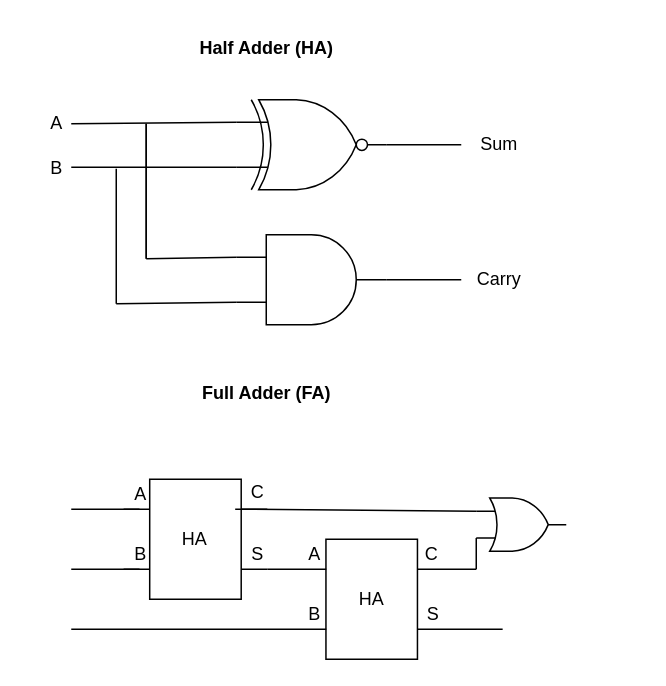
The draw.io diagram components/3-bit-adder.drawio in rajivaPavan/Nanoprocessor-Design-Project, before the edit. Source tidied: cells renumbered, new cells numbered last; positions are measured from the earlier drawing's top-left corner, leaving out a move shared by most shapes. Both pictures are drawn from the tidied source at 150%, with x=0, y=0 at pixel (33, 26).
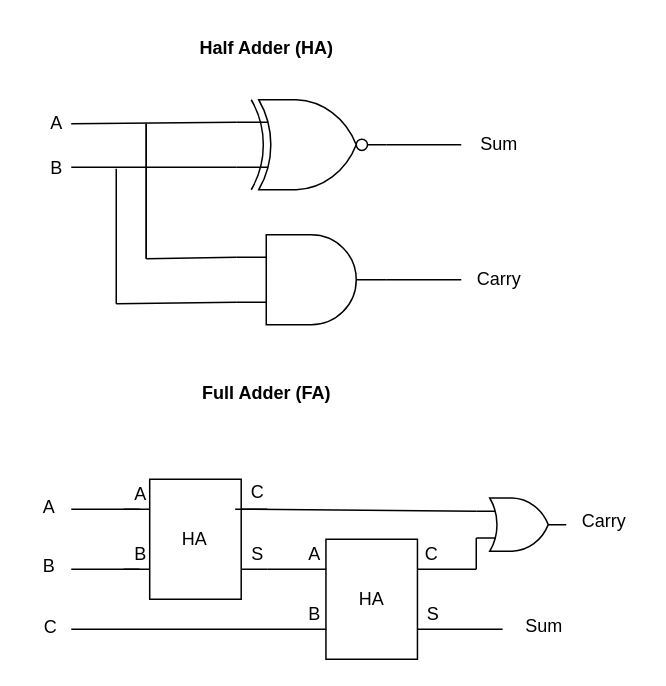
The same page after the edit.

What changed in the source:
```diff
@@
     <mxCell id="20" style="group;" parent="1" vertex="1">
-      <mxGeometry x="25" y="297" width="330" height="125" as="geometry" />
+      <mxGeometry x="25" y="297" width="340" height="125" as="geometry" />
     </mxCell>
@@
     <mxCell id="31" style="group;" parent="20" vertex="1">
-      <mxGeometry x="187.4" y="40" width="142.6" height="85" as="geometry" />
+      <mxGeometry x="187.4" y="40" width="152.6" height="85" as="geometry" />
     </mxCell>
@@
+    <mxCell id="49" value="Sum" style="text;html=1;align=center;verticalAlign=middle;strokeColor=none;fillColor=none;" parent="31" vertex="1">
+      <mxGeometry x="102.6" y="48" width="50" height="30" as="geometry" />
+    </mxCell>
@@
+    <mxCell id="50" value="Carry" style="text;html=1;align=center;verticalAlign=middle;strokeColor=none;fillColor=none;" parent="1" vertex="1">
+      <mxGeometry x="355" y="315" width="50" height="30" as="geometry" />
+    </mxCell>
+    <mxCell id="51" value="A" style="text;html=1;align=center;verticalAlign=middle;strokeColor=none;fillColor=none;" parent="1" vertex="1">
+      <mxGeometry x="-5" y="306" width="30" height="30" as="geometry" />
+    </mxCell>
+    <mxCell id="52" value="B" style="text;html=1;align=center;verticalAlign=middle;strokeColor=none;fillColor=none;" parent="1" vertex="1">
+      <mxGeometry x="-5" y="345" width="30" height="30" as="geometry" />
+    </mxCell>
+    <mxCell id="53" value="C" style="text;html=1;align=center;verticalAlign=middle;strokeColor=none;fillColor=none;" parent="1" vertex="1">
+      <mxGeometry x="-4" y="386" width="30" height="30" as="geometry" />
+    </mxCell>
```
